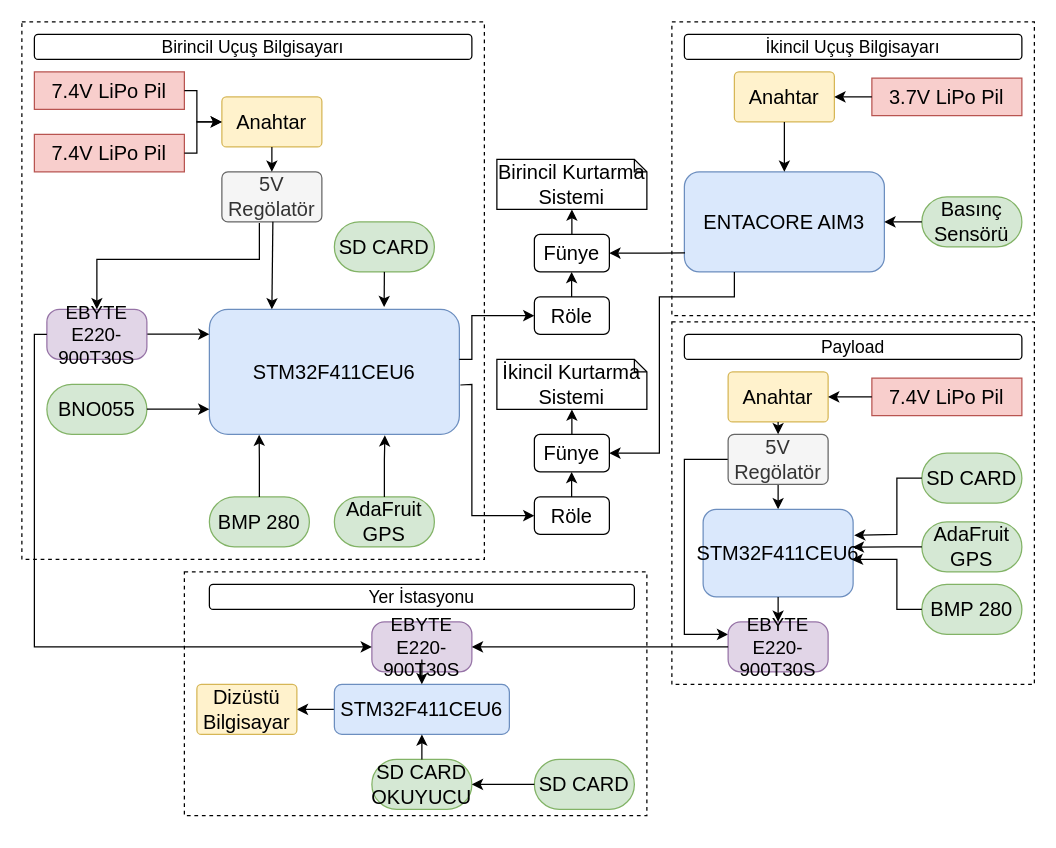
cemmgrgn/cemgirgin.github.io keeps this draw.io diagram as Başlıksız Diyagram.drawio. Above is the earlier version. Source tidied: cells renumbered, new cells numbered last; positions are measured from the earlier drawing's top-left corner, leaving out a move shared by most shapes. Both pictures are drawn from the tidied source at 125%, with x=0, y=0 at pixel (21, 21).
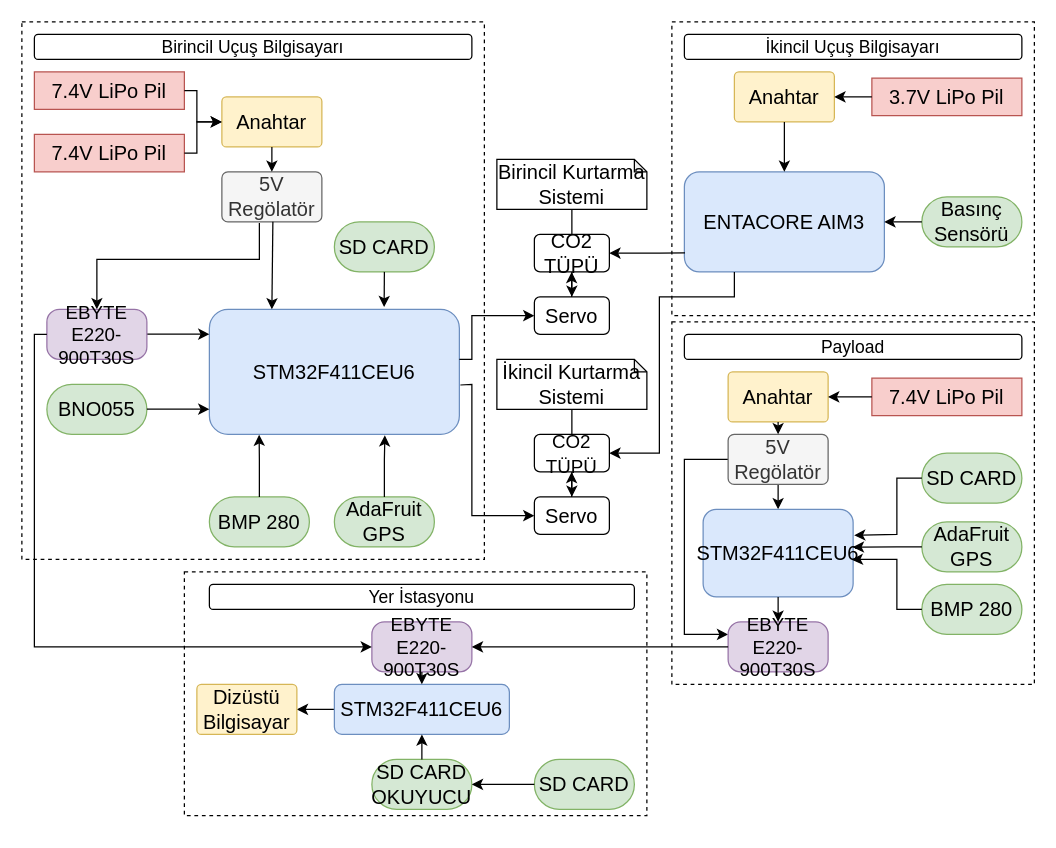
After the change.

The change refers to these unchanged cells:
```xml
<mxCell id="21" value="Birincil Kurtarma Sistemi" style="shape=note;whiteSpace=wrap;html=1;backgroundOutline=1;darkOpacity=0.05;rotation=0;size=10;strokeColor=default;verticalAlign=middle;fontFamily=Calibri;fontSize=16;" parent="1" vertex="1">
  <mxGeometry x="380" y="110" width="120" height="40" as="geometry" />
</mxCell>
<mxCell id="26" value="İkincil Kurtarma Sistemi" style="shape=note;whiteSpace=wrap;html=1;backgroundOutline=1;darkOpacity=0.05;rotation=0;size=10;strokeColor=default;verticalAlign=middle;fontFamily=Calibri;fontSize=16;" parent="1" vertex="1">
  <mxGeometry x="380" y="270" width="120" height="40" as="geometry" />
</mxCell>
```

Change to the diagram source:
```diff
@@
+    <mxCell id="79" style="edgeStyle=orthogonalEdgeStyle;rounded=0;jettySize=auto;html=1;" parent="1" edge="1" source="21" target="23">
+      <mxGeometry relative="1" as="geometry" />
+    </mxCell>
@@
-    <mxCell id="22" value="Fünye" style="rounded=1;whiteSpace=wrap;html=1;fontFamily=Calibri;fontSize=16;" parent="1" vertex="1">
+    <mxCell id="22" value="CO2 TÜPÜ" style="rounded=1;whiteSpace=wrap;html=1;fontFamily=Calibri;fontSize=16;" parent="1" vertex="1">
       <mxGeometry x="410" y="170" width="60" height="30" as="geometry" />
     </mxCell>
-    <mxCell id="23" value="Röle" style="rounded=1;whiteSpace=wrap;html=1;fontFamily=Calibri;fontSize=16;" parent="1" vertex="1">
+    <mxCell id="23" value="Servo" style="rounded=1;whiteSpace=wrap;html=1;fontFamily=Calibri;fontSize=16;" parent="1" vertex="1">
       <mxGeometry x="410" y="220" width="60" height="30" as="geometry" />
     </mxCell>
-    <mxCell id="24" style="endArrow=classic;html=1;rounded=0;entryX=0.5;entryY=1;entryDx=0;entryDy=0;entryPerimeter=0;exitX=0.5;exitY=0;exitDx=0;exitDy=0;fontFamily=Calibri;fontSize=16;" parent="1" edge="1" source="22" target="21">
-      <mxGeometry relative="1" as="geometry" />
-    </mxCell>
@@
+    <mxCell id="80" style="edgeStyle=orthogonalEdgeStyle;rounded=0;jettySize=auto;html=1;" parent="1" edge="1" source="26" target="28">
+      <mxGeometry relative="1" as="geometry" />
+    </mxCell>
@@
-    <mxCell id="27" value="Fünye" style="rounded=1;whiteSpace=wrap;html=1;fontFamily=Calibri;fontSize=16;" parent="1" vertex="1">
+    <mxCell id="27" value="&lt;font style=&quot;font-size: 15px;&quot;&gt;CO2 TÜPÜ&lt;/font&gt;" style="rounded=1;whiteSpace=wrap;html=1;fontFamily=Calibri;fontSize=16;" parent="1" vertex="1">
       <mxGeometry x="410" y="330" width="60" height="30" as="geometry" />
     </mxCell>
-    <mxCell id="28" value="Röle" style="rounded=1;whiteSpace=wrap;html=1;fontFamily=Calibri;fontSize=16;" parent="1" vertex="1">
+    <mxCell id="28" value="Servo" style="rounded=1;whiteSpace=wrap;html=1;fontFamily=Calibri;fontSize=16;" parent="1" vertex="1">
       <mxGeometry x="410" y="380" width="60" height="30" as="geometry" />
     </mxCell>
-    <mxCell id="29" style="endArrow=classic;html=1;rounded=0;entryX=0.5;entryY=1;entryDx=0;entryDy=0;entryPerimeter=0;exitX=0.5;exitY=0;exitDx=0;exitDy=0;fontFamily=Calibri;fontSize=16;" parent="1" edge="1" source="27" target="26">
-      <mxGeometry relative="1" as="geometry" />
-    </mxCell>
@@
     <mxCell id="77" style="endArrow=classic;html=1;rounded=0;" parent="1" edge="1">
       <mxGeometry relative="1" as="geometry">
-        <mxPoint x="320" y="510" as="sourcePoint" />
+        <mxPoint x="320" y="520" as="sourcePoint" />
         <mxPoint x="320" y="530" as="targetPoint" />
       </mxGeometry>
     </mxCell>
```
